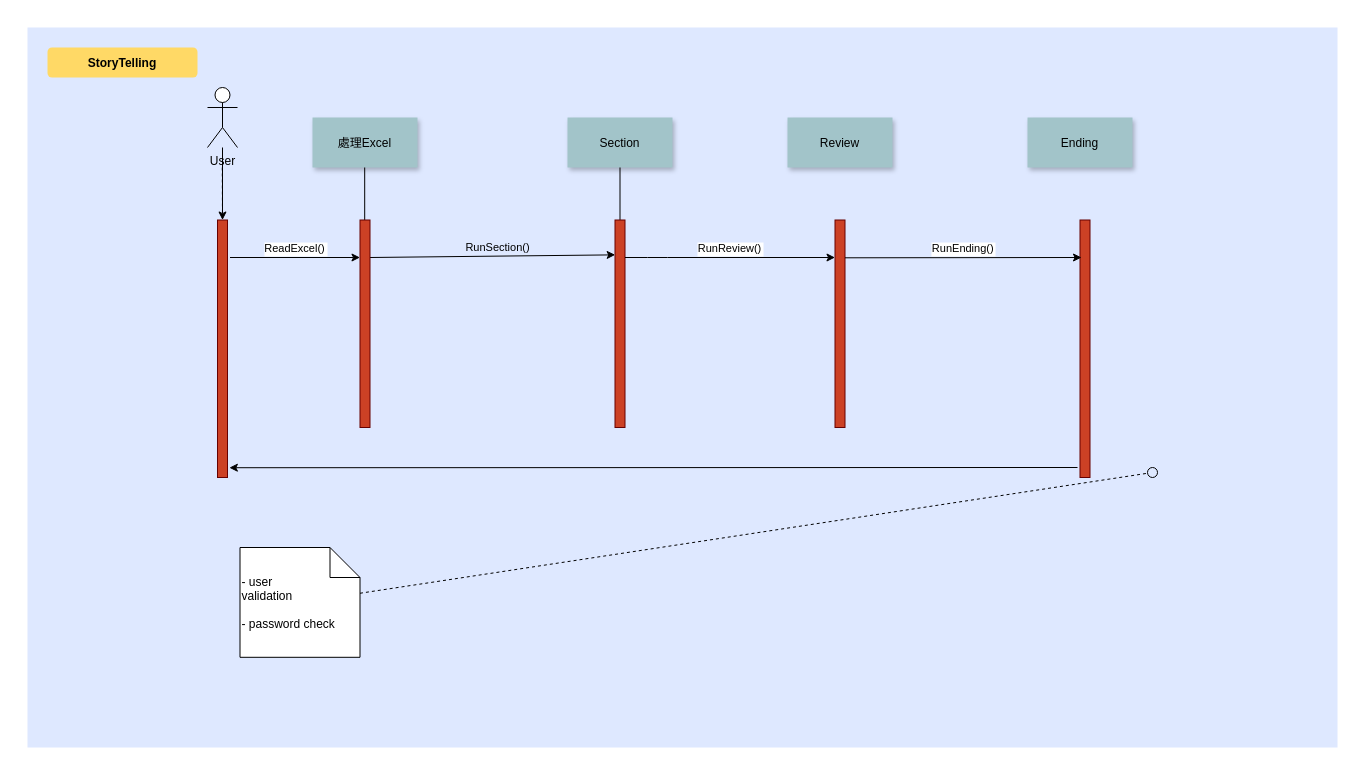
Above: page "Page-1" (1 of 2) of Untitled Diagram.drawio in chewwwyong/dosomethingexcel (draw.io), before the change. Source tidied: cells renumbered, new cells numbered last; positions are measured from the earlier drawing's top-left corner, leaving out a move shared by most shapes. Both pictures are drawn from the tidied source at 100%, with x=0, y=0 at pixel (27, 27).
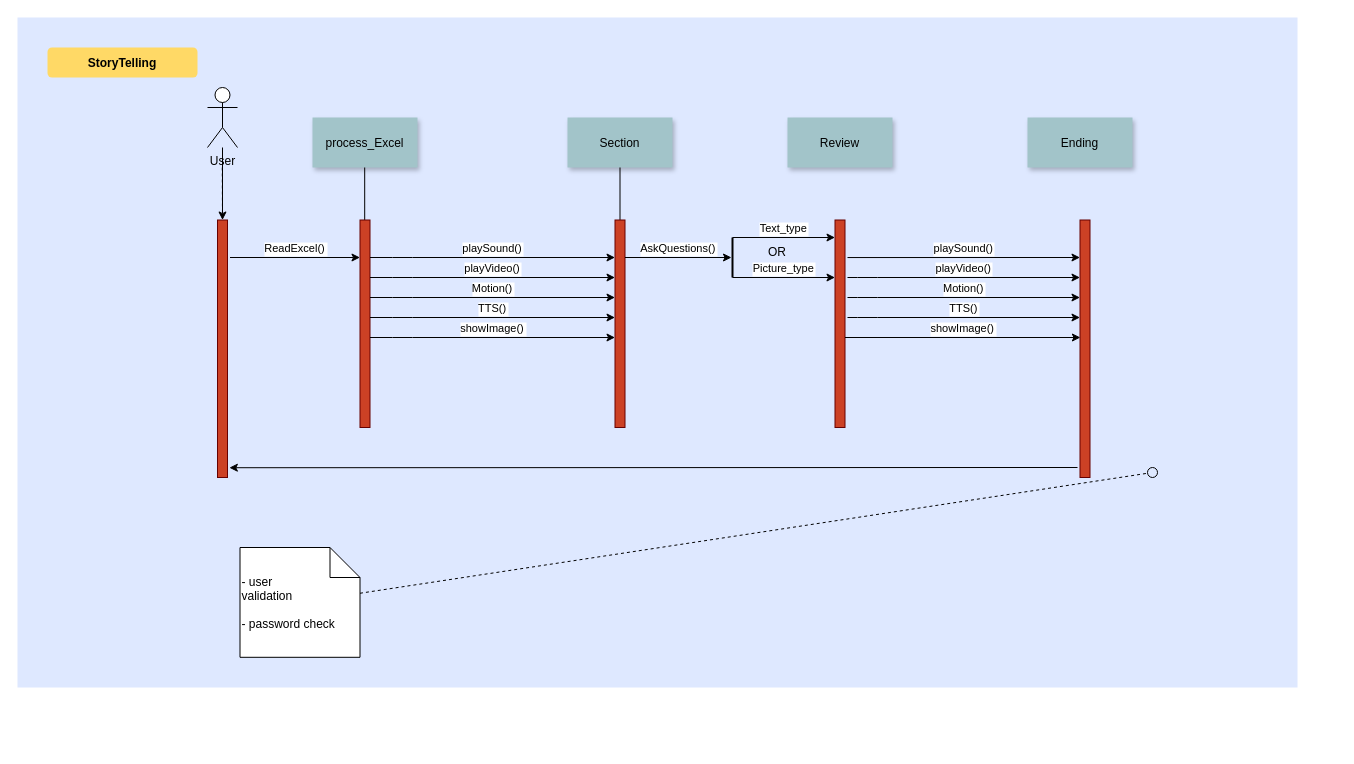
The same page after the edit.

Unchanged cells that the change refers to:
```xml
<mxCell id="10" style="fillColor=#CC4125;strokeColor=#660000;" parent="1" vertex="1">
  <mxGeometry x="587.5" y="192.5" width="10" height="207.5" as="geometry" />
</mxCell>
<mxCell id="11" style="fillColor=#CC4125;strokeColor=#660000;" parent="1" vertex="1">
  <mxGeometry x="807.5" y="192.5" width="10" height="207.5" as="geometry" />
</mxCell>
<mxCell id="14" style="fillColor=#CC4125;strokeColor=#660000;" parent="1" vertex="1">
  <mxGeometry x="1052.5" y="192.5" width="10" height="257.5" as="geometry" />
</mxCell>
```

The edit, as a diff of the source:
```diff
@@
     <mxCell id="4" style="fillColor=#DEE8FF;strokeColor=none;" parent="1" vertex="1">
-      <mxGeometry width="1310" height="720" as="geometry" />
+      <mxGeometry x="-10" y="-10" width="1280" height="670" as="geometry" />
     </mxCell>
@@
-    <mxCell id="6" value="處理Excel" style="shadow=1;fillColor=#A2C4C9;strokeColor=none;" parent="1" vertex="1">
+    <mxCell id="6" value="process_Excel" style="shadow=1;fillColor=#A2C4C9;strokeColor=none;" parent="1" vertex="1">
       <mxGeometry x="285" y="90" width="105" height="50" as="geometry" />
     </mxCell>
@@
-    <mxCell id="15" value="RunReview()" style="edgeStyle=elbowEdgeStyle;elbow=vertical;verticalLabelPosition=top;verticalAlign=bottom;" parent="1" edge="1" source="10" target="11">
+    <mxCell id="15" value="AskQuestions()" style="edgeStyle=elbowEdgeStyle;elbow=vertical;verticalLabelPosition=top;verticalAlign=bottom;entryX=0.503;entryY=0.602;entryDx=0;entryDy=0;entryPerimeter=0;" parent="1" edge="1" source="10" target="39">
       <mxGeometry x="540" y="270" as="geometry">
         <Array as="points">
           <mxPoint x="630" y="230" />
           <mxPoint x="580" y="300" />
         </Array>
       </mxGeometry>
     </mxCell>
@@
-    <mxCell id="17" value="RunEnding()" style="edgeStyle=elbowEdgeStyle;elbow=vertical;verticalLabelPosition=top;verticalAlign=bottom;" parent="1" edge="1">
-      <mxGeometry x="697.5" y="170.9" as="geometry">
-        <mxPoint x="817.5" y="230.3" as="sourcePoint" />
-        <mxPoint x="1054" y="230" as="targetPoint" />
-        <Array as="points">
-          <mxPoint x="850" y="230" />
-          <mxPoint x="1040" y="240" />
-          <mxPoint x="1054" y="240" />
-          <mxPoint x="1054" y="230" />
-          <mxPoint x="880" y="230" />
-        </Array>
-      </mxGeometry>
-    </mxCell>
@@
-    <mxCell id="22" style="edgeStyle=none;verticalLabelPosition=top;verticalAlign=bottom;entryX=0.019;entryY=0.168;entryDx=0;entryDy=0;entryPerimeter=0;" parent="1" edge="1" target="10">
-      <mxGeometry x="362.5" y="112.5" as="geometry">
-        <mxPoint x="342.5" y="230" as="sourcePoint" />
-      </mxGeometry>
-    </mxCell>
@@
-    <mxCell id="25" value="&lt;span style=&quot;font-size: 11px&quot;&gt;RunSection()&lt;/span&gt;" style="text;html=1;align=center;verticalAlign=middle;" parent="1" vertex="1">
-      <mxGeometry x="425" y="210" width="90" height="20" as="geometry" />
-    </mxCell>
@@
+    <mxCell id="29" value="playVideo()" style="edgeStyle=elbowEdgeStyle;elbow=vertical;verticalLabelPosition=top;verticalAlign=bottom;" parent="1" edge="1" target="10">
+      <mxGeometry x="285" y="290" as="geometry">
+        <mxPoint x="342.5" y="250" as="sourcePoint" />
+        <Array as="points">
+          <mxPoint x="375" y="250" />
+          <mxPoint x="325" y="320" />
+        </Array>
+      </mxGeometry>
+    </mxCell>
+    <mxCell id="30" value="Motion()" style="edgeStyle=elbowEdgeStyle;elbow=vertical;verticalLabelPosition=top;verticalAlign=bottom;" parent="1" edge="1">
+      <mxGeometry x="285" y="310" as="geometry">
+        <mxPoint x="342.5" y="270" as="sourcePoint" />
+        <mxPoint x="587.5" y="270" as="targetPoint" />
+        <Array as="points">
+          <mxPoint x="375" y="270" />
+          <mxPoint x="325" y="340" />
+        </Array>
+      </mxGeometry>
+    </mxCell>
+    <mxCell id="31" value="playSound()" style="edgeStyle=elbowEdgeStyle;elbow=vertical;verticalLabelPosition=top;verticalAlign=bottom;" parent="1" edge="1">
+      <mxGeometry x="285" y="270" as="geometry">
+        <mxPoint x="342.5" y="230" as="sourcePoint" />
+        <mxPoint x="587.5" y="230" as="targetPoint" />
+        <Array as="points">
+          <mxPoint x="375" y="230" />
+          <mxPoint x="325" y="300" />
+        </Array>
+      </mxGeometry>
+    </mxCell>
+    <mxCell id="32" value="TTS()" style="edgeStyle=elbowEdgeStyle;elbow=vertical;verticalLabelPosition=top;verticalAlign=bottom;" parent="1" edge="1">
+      <mxGeometry x="285" y="330" as="geometry">
+        <mxPoint x="342.5" y="290" as="sourcePoint" />
+        <mxPoint x="587.5" y="290" as="targetPoint" />
+        <Array as="points">
+          <mxPoint x="375" y="290" />
+          <mxPoint x="325" y="360" />
+        </Array>
+      </mxGeometry>
+    </mxCell>
+    <mxCell id="33" value="playVideo()" style="edgeStyle=elbowEdgeStyle;elbow=vertical;verticalLabelPosition=top;verticalAlign=bottom;" parent="1" edge="1">
+      <mxGeometry x="750" y="290" as="geometry">
+        <mxPoint x="820" y="250" as="sourcePoint" />
+        <mxPoint x="1052.5" y="250" as="targetPoint" />
+        <Array as="points">
+          <mxPoint x="840" y="250" />
+          <mxPoint x="790" y="320" />
+        </Array>
+      </mxGeometry>
+    </mxCell>
+    <mxCell id="34" value="Motion()" style="edgeStyle=elbowEdgeStyle;elbow=vertical;verticalLabelPosition=top;verticalAlign=bottom;" parent="1" edge="1">
+      <mxGeometry x="750" y="310" as="geometry">
+        <mxPoint x="820" y="270" as="sourcePoint" />
+        <mxPoint x="1052.5" y="270" as="targetPoint" />
+        <Array as="points">
+          <mxPoint x="840" y="270" />
+          <mxPoint x="790" y="340" />
+        </Array>
+      </mxGeometry>
+    </mxCell>
+    <mxCell id="35" value="playSound()" style="edgeStyle=elbowEdgeStyle;elbow=vertical;verticalLabelPosition=top;verticalAlign=bottom;exitX=1.25;exitY=0.181;exitDx=0;exitDy=0;exitPerimeter=0;" parent="1" edge="1" source="11">
+      <mxGeometry x="750" y="270" as="geometry">
+        <mxPoint x="1052.5" y="230" as="targetPoint" />
+        <Array as="points">
+          <mxPoint x="840" y="230" />
+          <mxPoint x="790" y="300" />
+        </Array>
+      </mxGeometry>
+    </mxCell>
+    <mxCell id="36" value="TTS()" style="edgeStyle=elbowEdgeStyle;elbow=vertical;verticalLabelPosition=top;verticalAlign=bottom;" parent="1" edge="1">
+      <mxGeometry x="750" y="330" as="geometry">
+        <mxPoint x="820" y="290" as="sourcePoint" />
+        <mxPoint x="1052.5" y="290" as="targetPoint" />
+        <Array as="points">
+          <mxPoint x="840" y="290" />
+          <mxPoint x="790" y="360" />
+        </Array>
+      </mxGeometry>
+    </mxCell>
+    <mxCell id="37" value="Text_type" style="edgeStyle=elbowEdgeStyle;elbow=vertical;verticalLabelPosition=top;verticalAlign=bottom;" parent="1" edge="1">
+      <mxGeometry x="647.5" y="250" as="geometry">
+        <mxPoint x="705" y="210" as="sourcePoint" />
+        <mxPoint x="807.5" y="210" as="targetPoint" />
+        <Array as="points">
+          <mxPoint x="737.5" y="210" />
+          <mxPoint x="687.5" y="280" />
+        </Array>
+      </mxGeometry>
+    </mxCell>
+    <mxCell id="38" value="Picture_type" style="edgeStyle=elbowEdgeStyle;elbow=vertical;verticalLabelPosition=top;verticalAlign=bottom;" parent="1" edge="1">
+      <mxGeometry x="647.5" y="290" as="geometry">
+        <mxPoint x="705" y="250" as="sourcePoint" />
+        <mxPoint x="807.5" y="250" as="targetPoint" />
+        <Array as="points">
+          <mxPoint x="737.5" y="250" />
+          <mxPoint x="687.5" y="320" />
+        </Array>
+      </mxGeometry>
+    </mxCell>
+    <mxCell id="39" style="line;strokeWidth=2;direction=south;html=1;" parent="1" vertex="1">
+      <mxGeometry x="700" y="210" width="10" height="40" as="geometry" />
+    </mxCell>
+    <mxCell id="40" value="OR" style="text;html=1;fillColor=none;align=center;verticalAlign=middle;whiteSpace=wrap;rounded=0;" parent="1" vertex="1">
+      <mxGeometry x="740" y="220" width="20" height="10" as="geometry" />
+    </mxCell>
+    <mxCell id="41" value="showImage()" style="edgeStyle=elbowEdgeStyle;elbow=vertical;verticalLabelPosition=top;verticalAlign=bottom;" parent="1" edge="1">
+      <mxGeometry x="285" y="350" as="geometry">
+        <mxPoint x="342.5" y="310" as="sourcePoint" />
+        <mxPoint x="587.5" y="310" as="targetPoint" />
+        <Array as="points">
+          <mxPoint x="375" y="310" />
+          <mxPoint x="325" y="380" />
+        </Array>
+      </mxGeometry>
+    </mxCell>
+    <mxCell id="42" value="showImage()" style="edgeStyle=elbowEdgeStyle;elbow=vertical;verticalLabelPosition=top;verticalAlign=bottom;entryX=0.039;entryY=0.457;entryDx=0;entryDy=0;entryPerimeter=0;" parent="1" edge="1" target="14">
+      <mxGeometry x="760" y="350" as="geometry">
+        <mxPoint x="817.5" y="310" as="sourcePoint" />
+        <Array as="points">
+          <mxPoint x="850" y="310" />
+          <mxPoint x="800" y="380" />
+        </Array>
+      </mxGeometry>
+    </mxCell>
```
